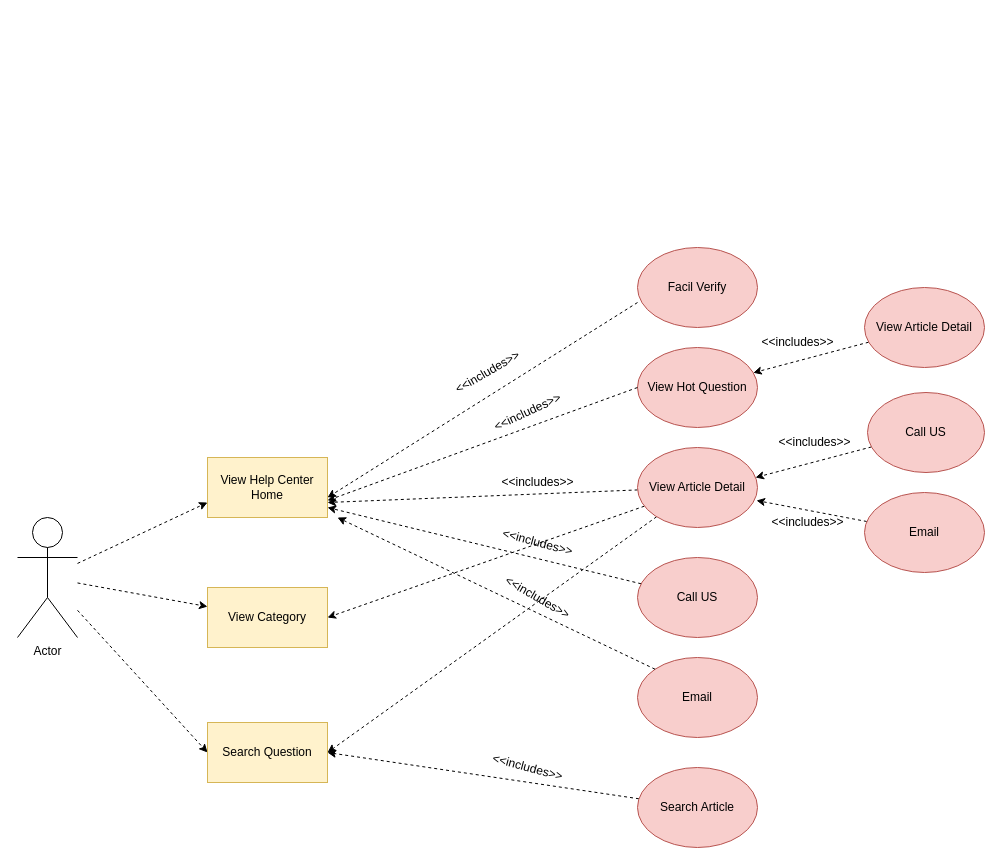
Above: page "第 3 页" (3 of 4) of helpcenter.drawio in RexYao97/sfrex (draw.io), before the change. Source tidied: cells renumbered, new cells numbered last; positions are measured from the earlier drawing's top-left corner, leaving out a move shared by most shapes. Both pictures are drawn from the tidied source at 100%, with x=0, y=0 at pixel (17, 247).
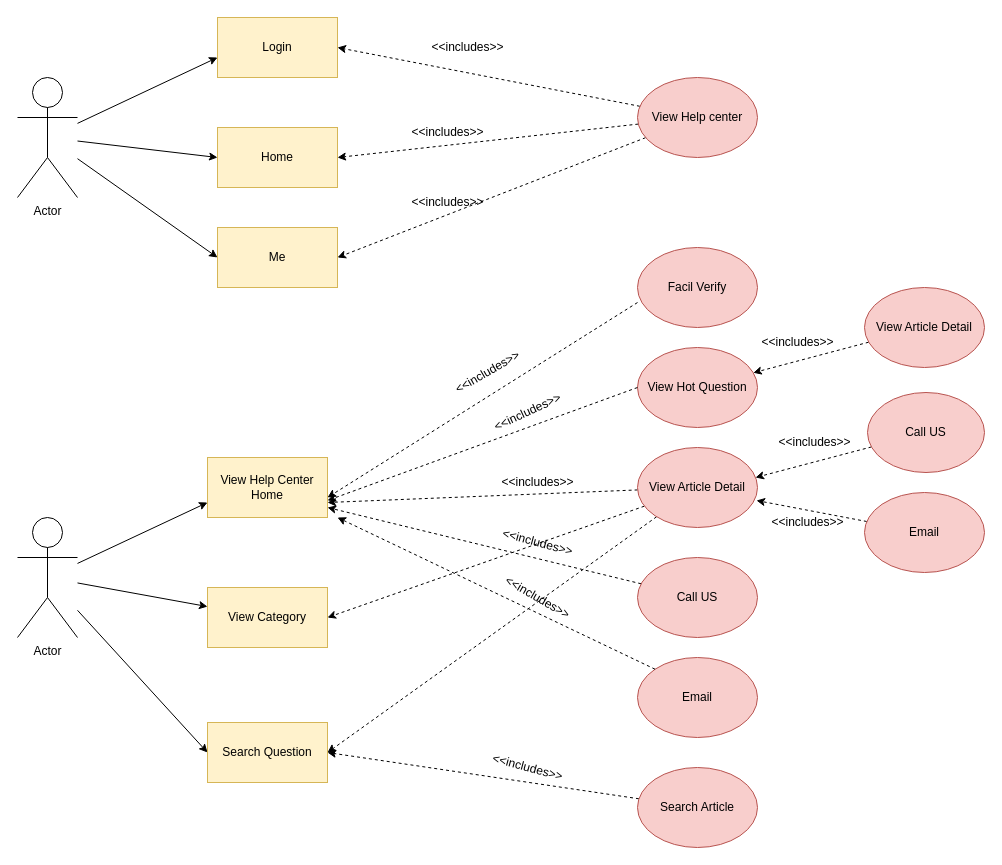
Above is the later version.

Unchanged cells that the change refers to:
```xml
<mxCell id="5" value="Actor" style="shape=umlActor;verticalLabelPosition=bottom;verticalAlign=top;html=1;outlineConnect=0;" parent="1" vertex="1">
  <mxGeometry y="270" width="60" height="120" as="geometry" />
</mxCell>
<mxCell id="6" value="View Help Center Home" style="rounded=0;whiteSpace=wrap;html=1;fillColor=#fff2cc;strokeColor=#d6b656;" parent="1" vertex="1">
  <mxGeometry x="190" y="210" width="120" height="60" as="geometry" />
</mxCell>
<mxCell id="12" value="View Category" style="rounded=0;whiteSpace=wrap;html=1;fillColor=#fff2cc;strokeColor=#d6b656;" parent="1" vertex="1">
  <mxGeometry x="190" y="340" width="120" height="60" as="geometry" />
</mxCell>
<mxCell id="13" value="Search Question" style="rounded=0;whiteSpace=wrap;html=1;fillColor=#fff2cc;strokeColor=#d6b656;" parent="1" vertex="1">
  <mxGeometry x="190" y="475" width="120" height="60" as="geometry" />
</mxCell>
```

Diff of the diagram source:
```diff
@@
-    <mxCell id="2" style="edgeStyle=none;rounded=0;jettySize=auto;html=1;entryX=0;entryY=0.75;entryDx=0;entryDy=0;dashed=1;startArrow=none;startFill=0;endArrow=classic;endFill=1;" parent="1" edge="1" source="5" target="6">
+    <mxCell id="2" style="edgeStyle=none;rounded=0;jettySize=auto;html=1;entryX=0;entryY=0.75;entryDx=0;entryDy=0;startArrow=none;startFill=0;endArrow=classic;endFill=1;" parent="1" edge="1" source="5" target="6">
       <mxGeometry relative="1" as="geometry" />
     </mxCell>
-    <mxCell id="3" style="edgeStyle=none;rounded=0;jettySize=auto;html=1;dashed=1;startArrow=none;startFill=0;endArrow=classic;endFill=1;" parent="1" edge="1" source="5" target="12">
+    <mxCell id="3" style="edgeStyle=none;rounded=0;jettySize=auto;html=1;startArrow=none;startFill=0;endArrow=classic;endFill=1;" parent="1" edge="1" source="5" target="12">
       <mxGeometry relative="1" as="geometry" />
     </mxCell>
-    <mxCell id="4" style="edgeStyle=none;rounded=0;jettySize=auto;html=1;entryX=0;entryY=0.5;entryDx=0;entryDy=0;dashed=1;startArrow=none;startFill=0;endArrow=classic;endFill=1;" parent="1" edge="1" source="5" target="13">
+    <mxCell id="4" style="edgeStyle=none;rounded=0;jettySize=auto;html=1;entryX=0;entryY=0.5;entryDx=0;entryDy=0;startArrow=none;startFill=0;endArrow=classic;endFill=1;" parent="1" edge="1" source="5" target="13">
       <mxGeometry relative="1" as="geometry" />
     </mxCell>
@@
+    <mxCell id="38" style="edgeStyle=none;rounded=0;jettySize=auto;html=1;entryX=0;entryY=0.5;entryDx=0;entryDy=0;" parent="1" edge="1" source="40" target="48">
+      <mxGeometry relative="1" as="geometry" />
+    </mxCell>
+    <mxCell id="39" style="edgeStyle=none;rounded=0;jettySize=auto;html=1;entryX=0;entryY=0.5;entryDx=0;entryDy=0;" parent="1" edge="1" source="40" target="49">
+      <mxGeometry relative="1" as="geometry" />
+    </mxCell>
+    <mxCell id="40" value="Actor" style="shape=umlActor;verticalLabelPosition=bottom;verticalAlign=top;html=1;outlineConnect=0;" parent="1" vertex="1">
+      <mxGeometry y="-170" width="60" height="120" as="geometry" />
+    </mxCell>
+    <mxCell id="41" style="endArrow=classic;html=1;rounded=0;" parent="1" edge="1" source="40">
+      <mxGeometry relative="1" as="geometry">
+        <mxPoint x="200" y="-190" as="targetPoint" />
+      </mxGeometry>
+    </mxCell>
+    <mxCell id="42" value="Login" style="rounded=0;whiteSpace=wrap;html=1;fillColor=#fff2cc;strokeColor=#d6b656;" parent="1" vertex="1">
+      <mxGeometry x="200" y="-230" width="120" height="60" as="geometry" />
+    </mxCell>
+    <mxCell id="43" style="rounded=0;jettySize=auto;html=1;entryX=1;entryY=0.5;entryDx=0;entryDy=0;dashed=1;" parent="1" edge="1" source="46" target="42">
+      <mxGeometry relative="1" as="geometry" />
+    </mxCell>
+    <mxCell id="44" style="edgeStyle=none;rounded=0;jettySize=auto;html=1;entryX=1;entryY=0.5;entryDx=0;entryDy=0;dashed=1;" parent="1" edge="1" source="46" target="48">
+      <mxGeometry relative="1" as="geometry" />
+    </mxCell>
+    <mxCell id="45" style="edgeStyle=none;rounded=0;jettySize=auto;html=1;entryX=1;entryY=0.5;entryDx=0;entryDy=0;dashed=1;" parent="1" edge="1" source="46" target="49">
+      <mxGeometry relative="1" as="geometry" />
+    </mxCell>
+    <mxCell id="46" value="View Help center" style="ellipse;whiteSpace=wrap;html=1;fillColor=#f8cecc;strokeColor=#b85450;" parent="1" vertex="1">
+      <mxGeometry x="620" y="-170" width="120" height="80" as="geometry" />
+    </mxCell>
+    <mxCell id="47" value="&amp;lt;&amp;lt;includes&amp;gt;&amp;gt;" style="text;html=1;align=center;verticalAlign=middle;strokeColor=none;fillColor=none;rotation=0;" parent="1" vertex="1">
+      <mxGeometry x="400" y="-215" width="100" height="30" as="geometry" />
+    </mxCell>
+    <mxCell id="48" value="Home" style="rounded=0;whiteSpace=wrap;html=1;fillColor=#fff2cc;strokeColor=#d6b656;" parent="1" vertex="1">
+      <mxGeometry x="200" y="-120" width="120" height="60" as="geometry" />
+    </mxCell>
+    <mxCell id="49" value="Me" style="rounded=0;whiteSpace=wrap;html=1;fillColor=#fff2cc;strokeColor=#d6b656;" parent="1" vertex="1">
+      <mxGeometry x="200" y="-20" width="120" height="60" as="geometry" />
+    </mxCell>
+    <mxCell id="50" value="&amp;lt;&amp;lt;includes&amp;gt;&amp;gt;" style="text;html=1;align=center;verticalAlign=middle;strokeColor=none;fillColor=none;rotation=0;" parent="1" vertex="1">
+      <mxGeometry x="380" y="-130" width="100" height="30" as="geometry" />
+    </mxCell>
+    <mxCell id="51" value="&amp;lt;&amp;lt;includes&amp;gt;&amp;gt;" style="text;html=1;align=center;verticalAlign=middle;strokeColor=none;fillColor=none;rotation=0;" parent="1" vertex="1">
+      <mxGeometry x="380" y="-60" width="100" height="30" as="geometry" />
+    </mxCell>
```
